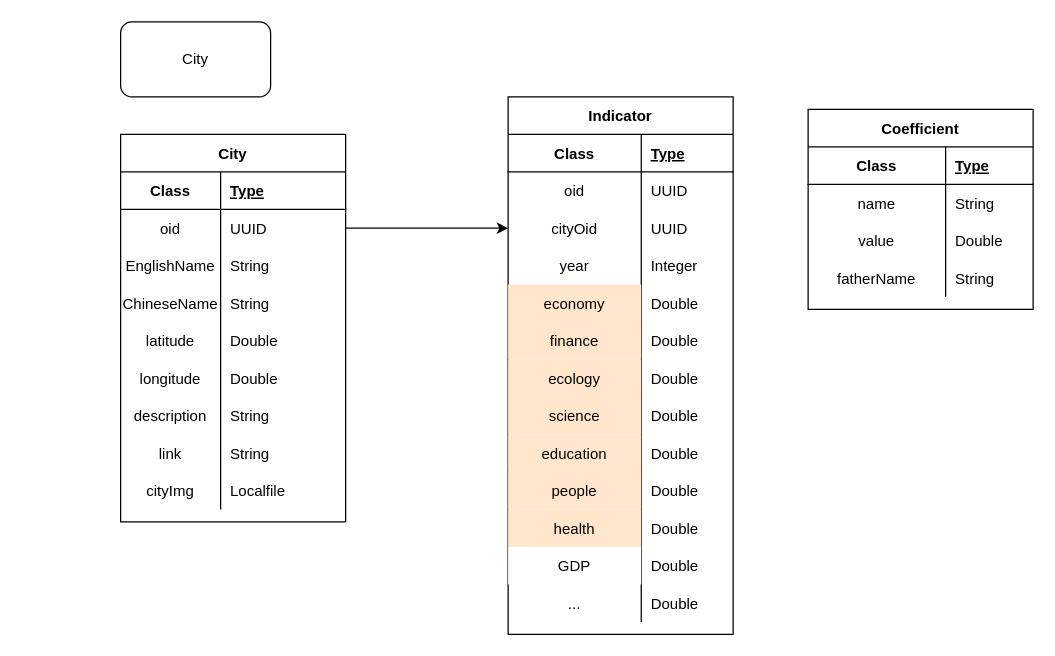
Earlier version of the draw.io diagram bigdata.drawio (pyonSec/city). Source tidied: cells renumbered, new cells numbered last; positions are measured from the earlier drawing's top-left corner, leaving out a move shared by most shapes. Both pictures are drawn from the tidied source at 125%, with x=0, y=0 at pixel (120, 21).
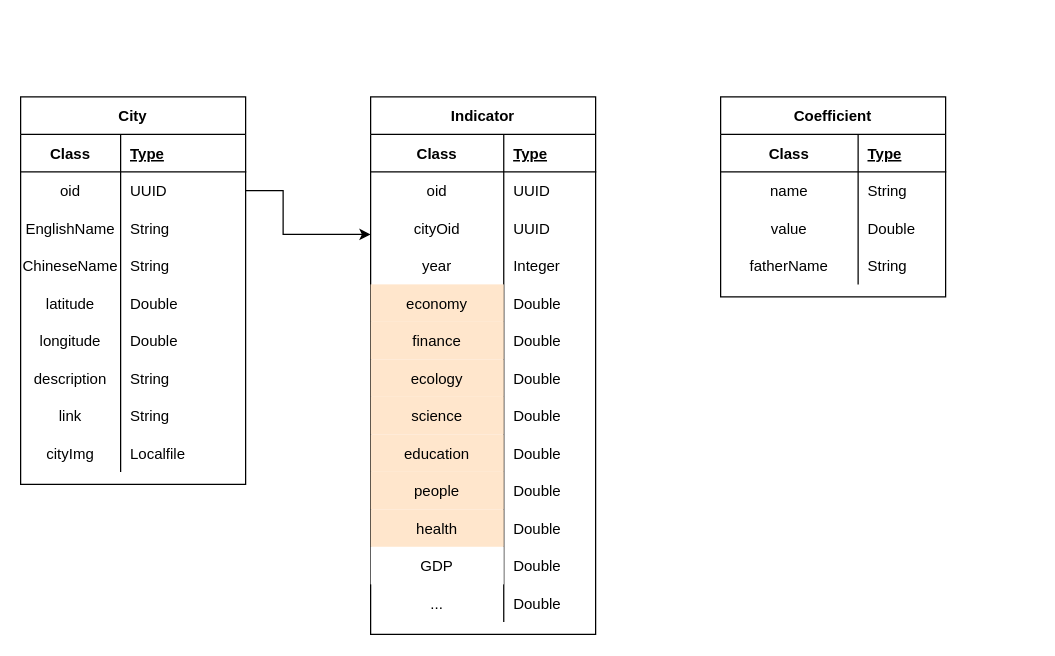
The same diagram, later.

The change refers to these unchanged cells:
```xml
<mxCell id="7" style="shape=partialRectangle;fillColor=none;top=0;left=0;bottom=0;right=0;points=[[0,0.5],[1,0.5]];portConstraint=eastwest;" parent="3" vertex="1">
  <mxGeometry y="60" width="180" height="30" as="geometry" />
</mxCell>
```

Diff of the diagram source:
```diff
@@
-    <mxCell id="2" value="City" style="rounded=1;whiteSpace=wrap;html=1;" parent="1" vertex="1">
-      <mxGeometry width="120" height="60" as="geometry" />
-    </mxCell>
     <mxCell id="3" value="City" style="shape=table;startSize=30;childLayout=tableLayout;rowLines=0;fontStyle=1;align=center;" parent="1" vertex="1">
-      <mxGeometry y="90" width="180" height="310" as="geometry" />
+      <mxGeometry x="-80" y="60" width="180" height="310" as="geometry" />
     </mxCell>
@@
-    <mxCell id="31" style="edgeStyle=orthogonalEdgeStyle;rounded=0;jettySize=auto;html=1;exitX=1;exitY=0.5;exitDx=0;exitDy=0;" parent="1" edge="1" source="7">
-      <mxGeometry relative="1" as="geometry">
-        <mxPoint x="310" y="165" as="targetPoint" />
-      </mxGeometry>
-    </mxCell>
+    <mxCell id="85" style="edgeStyle=orthogonalEdgeStyle;rounded=0;jettySize=auto;html=1;exitX=1;exitY=0.5;exitDx=0;exitDy=0;" parent="1" edge="1" source="7">
+      <mxGeometry relative="1" as="geometry">
+        <mxPoint x="200" y="170" as="targetPoint" />
+        <Array as="points">
+          <mxPoint x="130" y="135" />
+          <mxPoint x="130" y="170" />
+        </Array>
+      </mxGeometry>
+    </mxCell>
     <mxCell id="32" value="Indicator" style="shape=table;startSize=30;childLayout=tableLayout;rowLines=0;fontStyle=1;align=center;" parent="1" vertex="1">
-      <mxGeometry x="310" y="60" width="180" height="430" as="geometry" />
+      <mxGeometry x="200" y="60" width="180" height="430" as="geometry" />
     </mxCell>
@@
     <mxCell id="72" value="Coefficient" style="shape=table;startSize=30;childLayout=tableLayout;rowLines=0;fontStyle=1;align=center;" parent="1" vertex="1">
-      <mxGeometry x="550" y="70" width="180" height="160" as="geometry" />
+      <mxGeometry x="480" y="60" width="180" height="160" as="geometry" />
     </mxCell>
```
